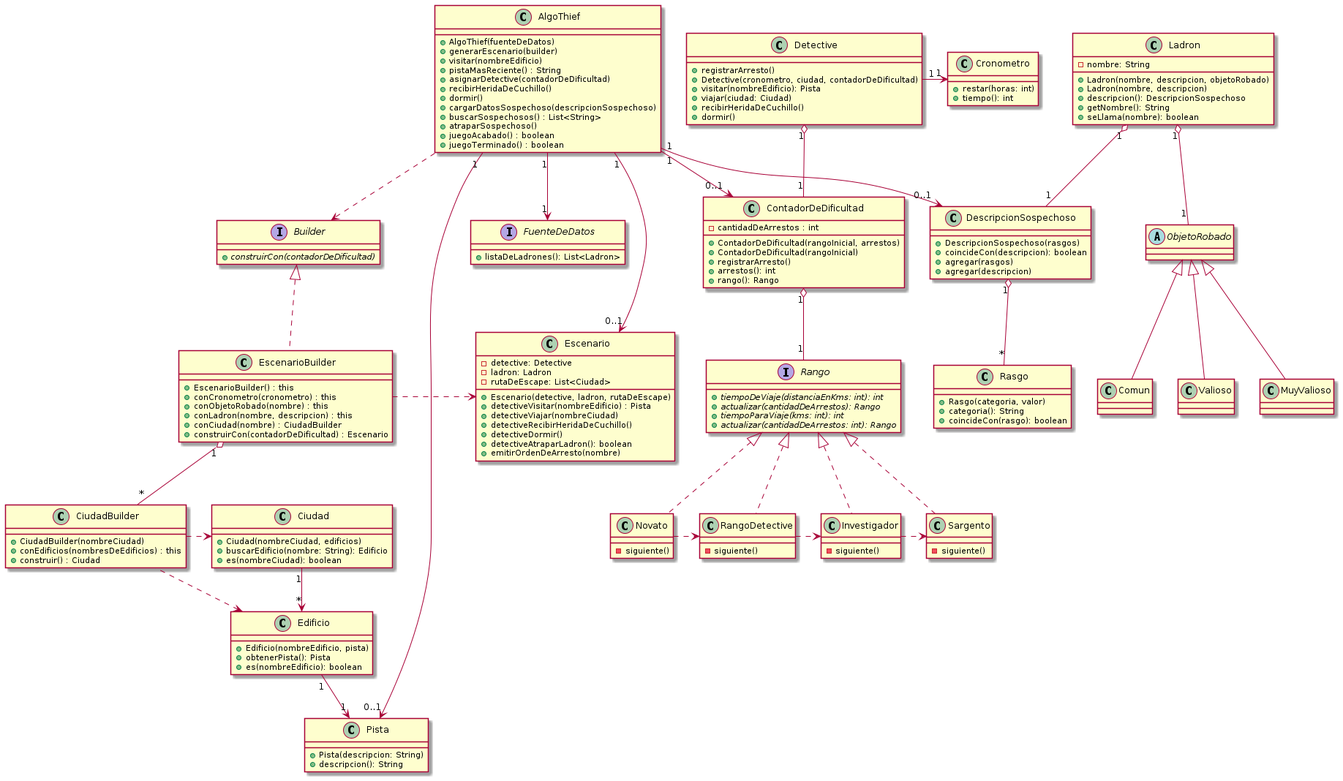
Earlier version of the PlantUML export diagrams/classes/clase_general.png (MegaRedHand/algo-thief).
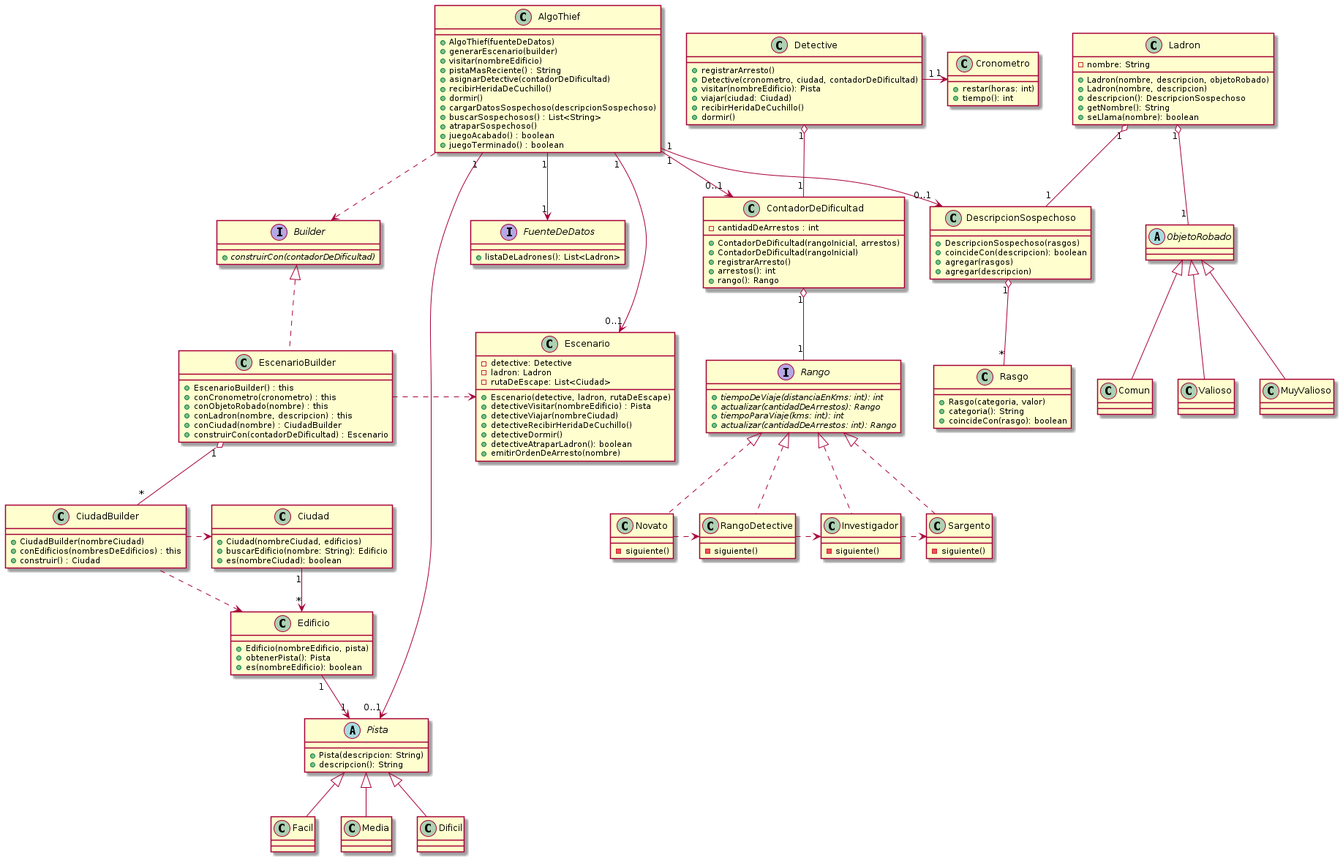
The same file after the commit.

Commit message:
docs: agrego diagrama clase_pista

Change to the diagram source:
```diff
@@ -7,5 +7,6 @@
 !include clase_ladron.plantuml
 !include clase_policia.plantuml
 !include clase_escenario.plantuml
+!include clase_pista.plantuml
 
 @enduml
```
